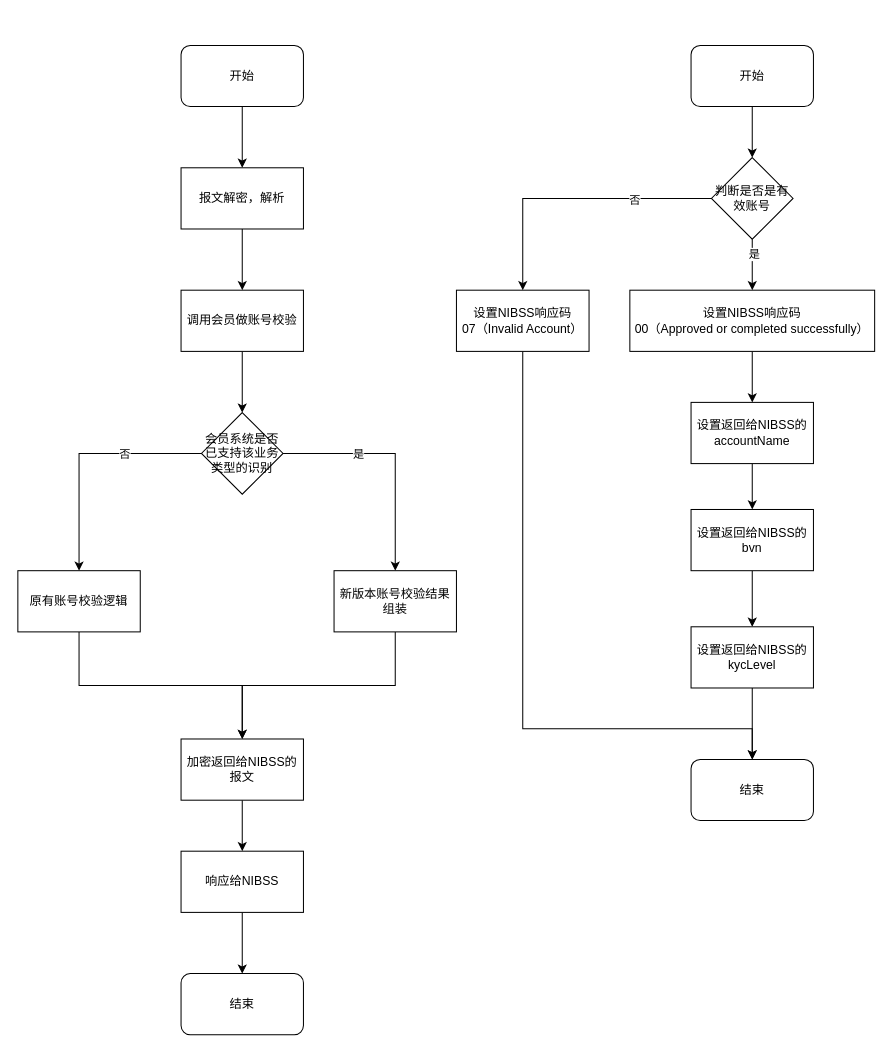
This is NIBSS入金异步化改造.drawio from catface996/images, a draw.io file, before an edit. Source tidied: cells renumbered, new cells numbered last; positions are measured from the earlier drawing's top-left corner, leaving out a move shared by most shapes. Both pictures are drawn from the tidied source at 102%, with x=0, y=0 at pixel (17, 45).
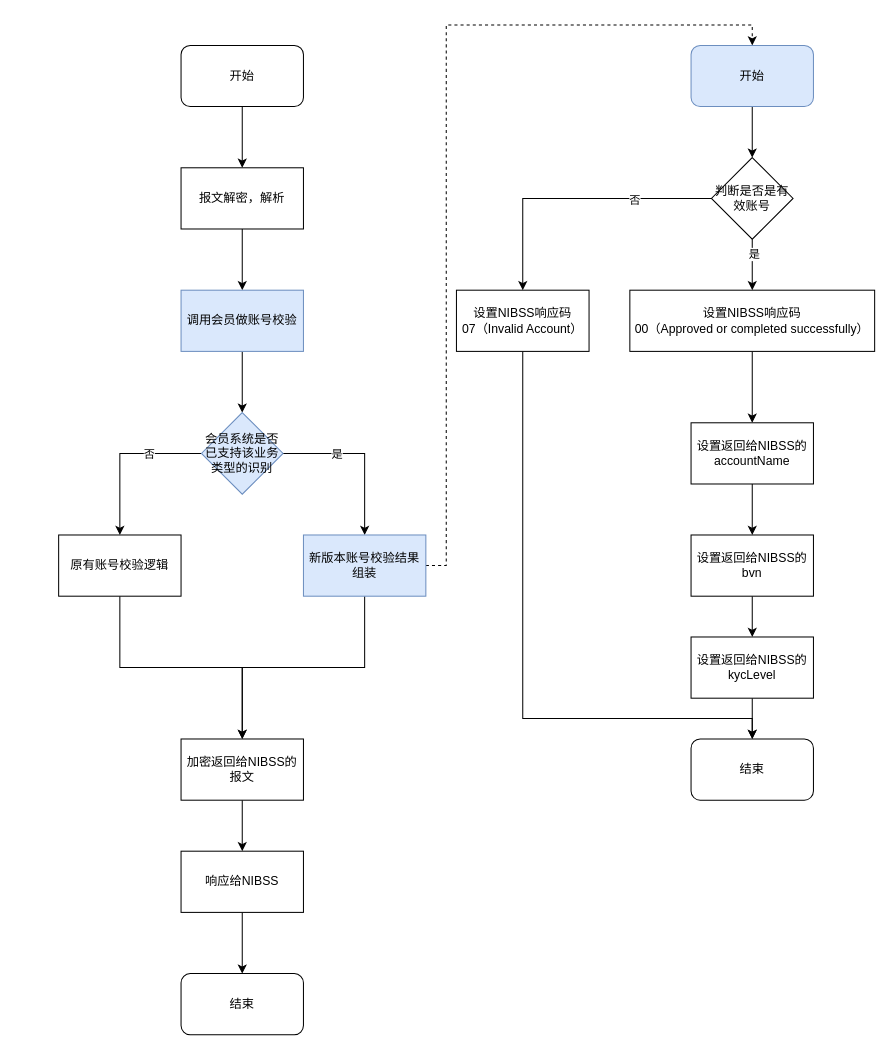
The same diagram, later.

Commit message:
更新NIBSS入金异步化改造.drawio

Unchanged cells that the change refers to:
```xml
<mxCell id="25" value="设置NIBSS响应码&lt;br&gt;07（Invalid Account）" style="rounded=0;whiteSpace=wrap;html=1;" parent="1" vertex="1">
  <mxGeometry x="430" y="240" width="130" height="60" as="geometry" />
</mxCell>
```

The edit, as a diff of the source:
```diff
@@
-    <mxCell id="7" value="调用会员做账号校验" style="rounded=0;whiteSpace=wrap;html=1;" parent="1" vertex="1">
+    <mxCell id="7" value="调用会员做账号校验" style="rounded=0;whiteSpace=wrap;html=1;fillColor=#dae8fc;strokeColor=#6c8ebf;" parent="1" vertex="1">
       <mxGeometry x="160" y="240" width="120" height="60" as="geometry" />
     </mxCell>
@@
-    <mxCell id="12" value="会员系统是否已支持该业务类型的识别" style="rhombus;whiteSpace=wrap;html=1;" parent="1" vertex="1">
+    <mxCell id="12" value="会员系统是否已支持该业务类型的识别" style="rhombus;whiteSpace=wrap;html=1;fillColor=#dae8fc;strokeColor=#6c8ebf;" parent="1" vertex="1">
       <mxGeometry x="180" y="360" width="80" height="80" as="geometry" />
     </mxCell>
@@
     <mxCell id="14" value="原有账号校验逻辑" style="rounded=0;whiteSpace=wrap;html=1;" parent="1" vertex="1">
-      <mxGeometry y="515" width="120" height="60" as="geometry" />
+      <mxGeometry x="40" y="480" width="120" height="60" as="geometry" />
     </mxCell>
@@
+    <mxCell id="40" style="edgeStyle=orthogonalEdgeStyle;rounded=0;jettySize=auto;html=1;entryX=0.5;entryY=0;entryDx=0;entryDy=0;dashed=1;" parent="1" edge="1" source="16" target="18">
+      <mxGeometry relative="1" as="geometry">
+        <Array as="points">
+          <mxPoint x="420" y="510" />
+          <mxPoint x="420" y="-20" />
+          <mxPoint x="720" y="-20" />
+        </Array>
+      </mxGeometry>
+    </mxCell>
-    <mxCell id="16" value="新版本账号校验结果组装" style="rounded=0;whiteSpace=wrap;html=1;" parent="1" vertex="1">
-      <mxGeometry x="310" y="515" width="120" height="60" as="geometry" />
+    <mxCell id="16" value="新版本账号校验结果组装" style="rounded=0;whiteSpace=wrap;html=1;fillColor=#dae8fc;strokeColor=#6c8ebf;" parent="1" vertex="1">
+      <mxGeometry x="280" y="480" width="120" height="60" as="geometry" />
     </mxCell>
@@
-    <mxCell id="18" value="开始" style="rounded=1;whiteSpace=wrap;html=1;" parent="1" vertex="1">
+    <mxCell id="18" value="开始" style="rounded=1;whiteSpace=wrap;html=1;fillColor=#dae8fc;strokeColor=#6c8ebf;" parent="1" vertex="1">
       <mxGeometry x="660" width="120" height="60" as="geometry" />
     </mxCell>
@@
     <mxCell id="24" style="edgeStyle=orthogonalEdgeStyle;rounded=0;jettySize=auto;html=1;entryX=0.5;entryY=0;entryDx=0;entryDy=0;" parent="1" edge="1" source="25" target="39">
       <mxGeometry relative="1" as="geometry">
         <Array as="points">
-          <mxPoint x="495" y="670" />
-          <mxPoint x="720" y="670" />
+          <mxPoint x="495" y="660" />
+          <mxPoint x="720" y="660" />
         </Array>
       </mxGeometry>
     </mxCell>
@@
     <mxCell id="29" value="设置返回给NIBSS的&lt;br&gt;accountName" style="rounded=0;whiteSpace=wrap;html=1;" parent="1" vertex="1">
-      <mxGeometry x="660" y="350" width="120" height="60" as="geometry" />
+      <mxGeometry x="660" y="370" width="120" height="60" as="geometry" />
     </mxCell>
@@
     <mxCell id="31" value="设置返回给NIBSS的&lt;br&gt;bvn" style="rounded=0;whiteSpace=wrap;html=1;" parent="1" vertex="1">
-      <mxGeometry x="660" y="455" width="120" height="60" as="geometry" />
+      <mxGeometry x="660" y="480" width="120" height="60" as="geometry" />
     </mxCell>
@@
     <mxCell id="33" value="设置返回给NIBSS的&lt;br&gt;kycLevel" style="rounded=0;whiteSpace=wrap;html=1;" parent="1" vertex="1">
-      <mxGeometry x="660" y="570" width="120" height="60" as="geometry" />
+      <mxGeometry x="660" y="580" width="120" height="60" as="geometry" />
     </mxCell>
@@
     <mxCell id="39" value="结束" style="rounded=1;whiteSpace=wrap;html=1;" parent="1" vertex="1">
-      <mxGeometry x="660" y="700" width="120" height="60" as="geometry" />
+      <mxGeometry x="660" y="680" width="120" height="60" as="geometry" />
     </mxCell>
```
